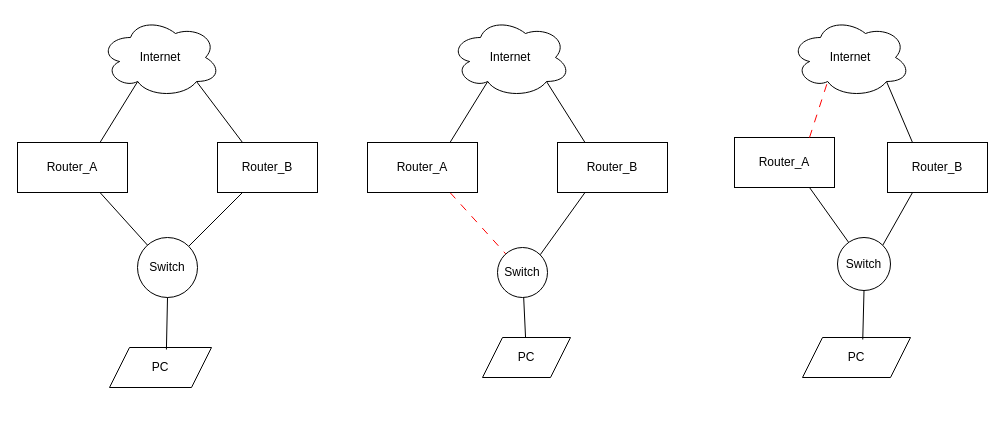
Above: f5g-mt7988/vrrp_topo.drawio in waterwatermelon/graph (draw.io), before the change. Source tidied: cells renumbered, new cells numbered last; positions are measured from the earlier drawing's top-left corner, leaving out a move shared by most shapes. Both pictures are drawn from the tidied source at 100%, with x=0, y=0 at pixel (17, 17).
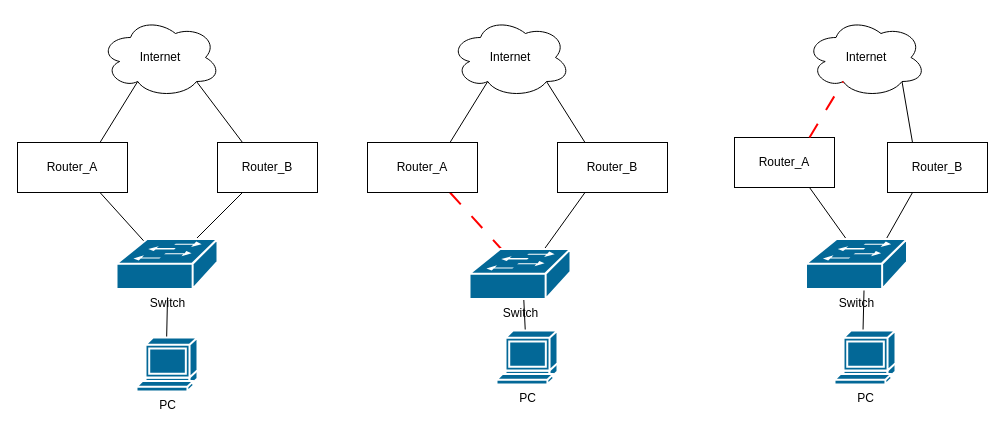
Above is the later version.

Unchanged cells that the change refers to:
```xml
<mxCell id="3" value="Router_B" style="rounded=0;whiteSpace=wrap;html=1;" parent="1" vertex="1">
  <mxGeometry x="200" y="125" width="100" height="50" as="geometry" />
</mxCell>
<mxCell id="5" value="Router_A" style="rounded=0;whiteSpace=wrap;html=1;" parent="1" vertex="1">
  <mxGeometry y="125" width="110" height="50" as="geometry" />
</mxCell>
<mxCell id="13" value="Router_B" style="rounded=0;whiteSpace=wrap;html=1;" parent="1" vertex="1">
  <mxGeometry x="540" y="125" width="110" height="50" as="geometry" />
</mxCell>
<mxCell id="15" value="Router_A" style="rounded=0;whiteSpace=wrap;html=1;" parent="1" vertex="1">
  <mxGeometry x="350" y="125" width="110" height="50" as="geometry" />
</mxCell>
<mxCell id="23" value="Router_B" style="rounded=0;whiteSpace=wrap;html=1;" parent="1" vertex="1">
  <mxGeometry x="870" y="125" width="100" height="50" as="geometry" />
</mxCell>
<mxCell id="25" value="Router_A" style="rounded=0;whiteSpace=wrap;html=1;" parent="1" vertex="1">
  <mxGeometry x="717" y="120" width="100" height="50" as="geometry" />
</mxCell>
```

Change to the diagram source:
```diff
@@
-    <mxCell id="2" style="rounded=0;jettySize=auto;html=1;exitX=0.25;exitY=1;exitDx=0;exitDy=0;entryX=1;entryY=0;entryDx=0;entryDy=0;endArrow=none;startFill=0;" parent="1" edge="1" source="3" target="6">
-      <mxGeometry relative="1" as="geometry" />
+    <mxCell id="2" style="rounded=0;jettySize=auto;html=1;exitX=0.25;exitY=1;exitDx=0;exitDy=0;entryX=1;entryY=0;entryDx=0;entryDy=0;endArrow=none;startFill=0;" parent="1" edge="1" source="3">
+      <mxGeometry relative="1" as="geometry">
+        <mxPoint x="171.2" y="228.8" as="targetPoint" />
+      </mxGeometry>
     </mxCell>
@@
-    <mxCell id="4" style="rounded=0;jettySize=auto;html=1;exitX=0.75;exitY=1;exitDx=0;exitDy=0;endArrow=none;startFill=0;" parent="1" edge="1" source="5" target="6">
-      <mxGeometry relative="1" as="geometry" />
+    <mxCell id="4" style="rounded=0;jettySize=auto;html=1;exitX=0.75;exitY=1;exitDx=0;exitDy=0;endArrow=none;startFill=0;" parent="1" edge="1" source="5">
+      <mxGeometry relative="1" as="geometry">
+        <mxPoint x="130" y="227.6" as="targetPoint" />
+      </mxGeometry>
     </mxCell>
@@
-    <mxCell id="6" value="Switch" style="ellipse;whiteSpace=wrap;html=1;" parent="1" vertex="1">
-      <mxGeometry x="120" y="220" width="60" height="60" as="geometry" />
-    </mxCell>
-    <mxCell id="7" value="PC" style="shape=parallelogram;perimeter=parallelogramPerimeter;whiteSpace=wrap;html=1;fixedSize=1;" parent="1" vertex="1">
-      <mxGeometry x="92" y="330" width="102" height="40" as="geometry" />
-    </mxCell>
-    <mxCell id="8" style="rounded=0;jettySize=auto;html=1;exitX=0.5;exitY=1;exitDx=0;exitDy=0;entryX=0.558;entryY=0.05;entryDx=0;entryDy=0;entryPerimeter=0;endArrow=none;startFill=0;" parent="1" edge="1" source="6" target="7">
-      <mxGeometry relative="1" as="geometry" />
+    <mxCell id="8" style="rounded=0;orthogonalLoop=1;jettySize=auto;html=1;exitX=0.5;exitY=1;exitDx=0;exitDy=0;entryX=0.558;entryY=0.05;entryDx=0;entryDy=0;entryPerimeter=0;endArrow=none;startFill=0;" parent="1" edge="1">
+      <mxGeometry relative="1" as="geometry">
+        <mxPoint x="150" y="280" as="sourcePoint" />
+        <mxPoint x="148.9" y="332" as="targetPoint" />
+      </mxGeometry>
     </mxCell>
@@
-    <mxCell id="12" style="rounded=0;jettySize=auto;html=1;exitX=0.25;exitY=1;exitDx=0;exitDy=0;entryX=1;entryY=0;entryDx=0;entryDy=0;endArrow=none;startFill=0;" parent="1" edge="1" source="13" target="16">
-      <mxGeometry relative="1" as="geometry" />
+    <mxCell id="12" style="rounded=0;jettySize=auto;html=1;exitX=0.25;exitY=1;exitDx=0;exitDy=0;entryX=1;entryY=0;entryDx=0;entryDy=0;endArrow=none;startFill=0;" parent="1" edge="1" source="13">
+      <mxGeometry relative="1" as="geometry">
+        <mxPoint x="522.7" y="237.3" as="targetPoint" />
+      </mxGeometry>
     </mxCell>
@@
-    <mxCell id="14" style="rounded=0;jettySize=auto;html=1;exitX=0.75;exitY=1;exitDx=0;exitDy=0;endArrow=none;startFill=0;dashed=1;dashPattern=8 8;strokeColor=#FF0000;fontStyle=0;" parent="1" edge="1" source="15" target="16">
-      <mxGeometry relative="1" as="geometry" />
+    <mxCell id="14" style="rounded=0;jettySize=auto;html=1;exitX=0.75;exitY=1;exitDx=0;exitDy=0;endArrow=none;startFill=0;dashed=1;dashPattern=8 8;strokeColor=#FF0000;fontStyle=0;strokeWidth=2;" parent="1" edge="1" source="15">
+      <mxGeometry relative="1" as="geometry">
+        <mxPoint x="488.3" y="236.4" as="targetPoint" />
+      </mxGeometry>
     </mxCell>
@@
-    <mxCell id="16" value="Switch" style="ellipse;whiteSpace=wrap;html=1;" parent="1" vertex="1">
-      <mxGeometry x="480" y="230" width="50" height="50" as="geometry" />
-    </mxCell>
-    <mxCell id="17" style="rounded=0;jettySize=auto;html=1;endArrow=none;startFill=0;" parent="1" edge="1" source="18" target="16">
-      <mxGeometry relative="1" as="geometry" />
+    <mxCell id="17" style="rounded=0;orthogonalLoop=1;jettySize=auto;html=1;endArrow=none;startFill=0;" parent="1" edge="1">
+      <mxGeometry relative="1" as="geometry">
+        <mxPoint x="508.1" y="320" as="sourcePoint" />
+        <mxPoint x="506.2" y="280" as="targetPoint" />
+      </mxGeometry>
     </mxCell>
-    <mxCell id="18" value="PC" style="shape=parallelogram;perimeter=parallelogramPerimeter;whiteSpace=wrap;html=1;fixedSize=1;" parent="1" vertex="1">
-      <mxGeometry x="465" y="320" width="88" height="40" as="geometry" />
-    </mxCell>
@@
-    <mxCell id="22" style="rounded=0;jettySize=auto;html=1;exitX=0.25;exitY=1;exitDx=0;exitDy=0;entryX=1;entryY=0;entryDx=0;entryDy=0;endArrow=none;startFill=0;" parent="1" edge="1" source="23" target="26">
-      <mxGeometry relative="1" as="geometry" />
+    <mxCell id="22" style="rounded=0;jettySize=auto;html=1;exitX=0.25;exitY=1;exitDx=0;exitDy=0;entryX=1;entryY=0;entryDx=0;entryDy=0;endArrow=none;startFill=0;" parent="1" edge="1" source="23">
+      <mxGeometry relative="1" as="geometry">
+        <mxPoint x="865.2" y="227.8" as="targetPoint" />
+      </mxGeometry>
     </mxCell>
@@
-    <mxCell id="24" style="rounded=0;jettySize=auto;html=1;exitX=0.75;exitY=1;exitDx=0;exitDy=0;endArrow=none;startFill=0;" parent="1" edge="1" source="25" target="26">
-      <mxGeometry relative="1" as="geometry" />
+    <mxCell id="24" style="rounded=0;jettySize=auto;html=1;exitX=0.75;exitY=1;exitDx=0;exitDy=0;endArrow=none;startFill=0;" parent="1" edge="1" source="25">
+      <mxGeometry relative="1" as="geometry">
+        <mxPoint x="831.2" y="224.9" as="targetPoint" />
+      </mxGeometry>
     </mxCell>
@@
-    <mxCell id="26" value="Switch" style="ellipse;whiteSpace=wrap;html=1;" parent="1" vertex="1">
-      <mxGeometry x="820" y="220" width="53" height="53" as="geometry" />
-    </mxCell>
-    <mxCell id="27" value="PC" style="shape=parallelogram;perimeter=parallelogramPerimeter;whiteSpace=wrap;html=1;fixedSize=1;" parent="1" vertex="1">
-      <mxGeometry x="785" y="320" width="108" height="40" as="geometry" />
-    </mxCell>
-    <mxCell id="28" style="rounded=0;jettySize=auto;html=1;exitX=0.5;exitY=1;exitDx=0;exitDy=0;entryX=0.558;entryY=0.05;entryDx=0;entryDy=0;entryPerimeter=0;endArrow=none;startFill=0;" parent="1" edge="1" source="26" target="27">
-      <mxGeometry relative="1" as="geometry" />
+    <mxCell id="28" style="rounded=0;orthogonalLoop=1;jettySize=auto;html=1;exitX=0.5;exitY=1;exitDx=0;exitDy=0;entryX=0.558;entryY=0.05;entryDx=0;entryDy=0;entryPerimeter=0;endArrow=none;startFill=0;" parent="1" edge="1">
+      <mxGeometry relative="1" as="geometry">
+        <mxPoint x="846.5" y="273" as="sourcePoint" />
+        <mxPoint x="845.3" y="322" as="targetPoint" />
+      </mxGeometry>
     </mxCell>
@@
     <mxCell id="30" value="Internet" style="ellipse;shape=cloud;whiteSpace=wrap;html=1;" parent="1" vertex="1">
-      <mxGeometry x="773" width="120" height="80" as="geometry" />
+      <mxGeometry x="788.5" width="120" height="80" as="geometry" />
     </mxCell>
-    <mxCell id="31" style="rounded=0;jettySize=auto;html=1;exitX=0.75;exitY=0;exitDx=0;exitDy=0;entryX=0.31;entryY=0.8;entryDx=0;entryDy=0;entryPerimeter=0;endArrow=none;startFill=0;dashed=1;dashPattern=8 8;strokeColor=#FF0000;" parent="1" edge="1" source="25" target="30">
+    <mxCell id="31" style="rounded=0;jettySize=auto;html=1;exitX=0.75;exitY=0;exitDx=0;exitDy=0;entryX=0.31;entryY=0.8;entryDx=0;entryDy=0;entryPerimeter=0;endArrow=none;startFill=0;dashed=1;dashPattern=8 8;strokeColor=#FF0000;strokeWidth=2;" parent="1" edge="1" source="25" target="30">
       <mxGeometry relative="1" as="geometry" />
     </mxCell>
+    <mxCell id="32" value="Switch" style="shape=mxgraph.cisco.switches.workgroup_switch;sketch=0;html=1;dashed=0;fillColor=#036897;strokeColor=#ffffff;strokeWidth=2;verticalLabelPosition=bottom;verticalAlign=top;align=center;" parent="1" vertex="1">
+      <mxGeometry x="99" y="221.5" width="101" height="50" as="geometry" />
+    </mxCell>
+    <mxCell id="33" value="Switch" style="shape=mxgraph.cisco.switches.workgroup_switch;sketch=0;html=1;dashed=0;fillColor=#036897;strokeColor=#ffffff;strokeWidth=2;verticalLabelPosition=bottom;verticalAlign=top;align=center;" parent="1" vertex="1">
+      <mxGeometry x="452" y="231.5" width="101" height="50" as="geometry" />
+    </mxCell>
+    <mxCell id="34" value="Switch" style="shape=mxgraph.cisco.switches.workgroup_switch;sketch=0;html=1;dashed=0;fillColor=#036897;strokeColor=#ffffff;strokeWidth=2;verticalLabelPosition=bottom;verticalAlign=top;align=center;" parent="1" vertex="1">
+      <mxGeometry x="788.5" y="221.5" width="101" height="50" as="geometry" />
+    </mxCell>
+    <mxCell id="35" value="PC" style="shape=mxgraph.cisco.computers_and_peripherals.terminal;sketch=0;html=1;dashed=0;fillColor=#036897;strokeColor=#ffffff;strokeWidth=2;verticalLabelPosition=bottom;verticalAlign=top;align=center;" parent="1" vertex="1">
+      <mxGeometry x="119" y="320" width="61" height="54" as="geometry" />
+    </mxCell>
+    <mxCell id="36" value="PC" style="shape=mxgraph.cisco.computers_and_peripherals.terminal;sketch=0;html=1;dashed=0;fillColor=#036897;strokeColor=#ffffff;strokeWidth=2;verticalLabelPosition=bottom;verticalAlign=top;align=center;" parent="1" vertex="1">
+      <mxGeometry x="479" y="313" width="61" height="54" as="geometry" />
+    </mxCell>
+    <mxCell id="37" value="PC" style="shape=mxgraph.cisco.computers_and_peripherals.terminal;sketch=0;html=1;dashed=0;fillColor=#036897;strokeColor=#ffffff;strokeWidth=2;verticalLabelPosition=bottom;verticalAlign=top;align=center;" parent="1" vertex="1">
+      <mxGeometry x="817" y="313" width="61" height="54" as="geometry" />
+    </mxCell>
```
